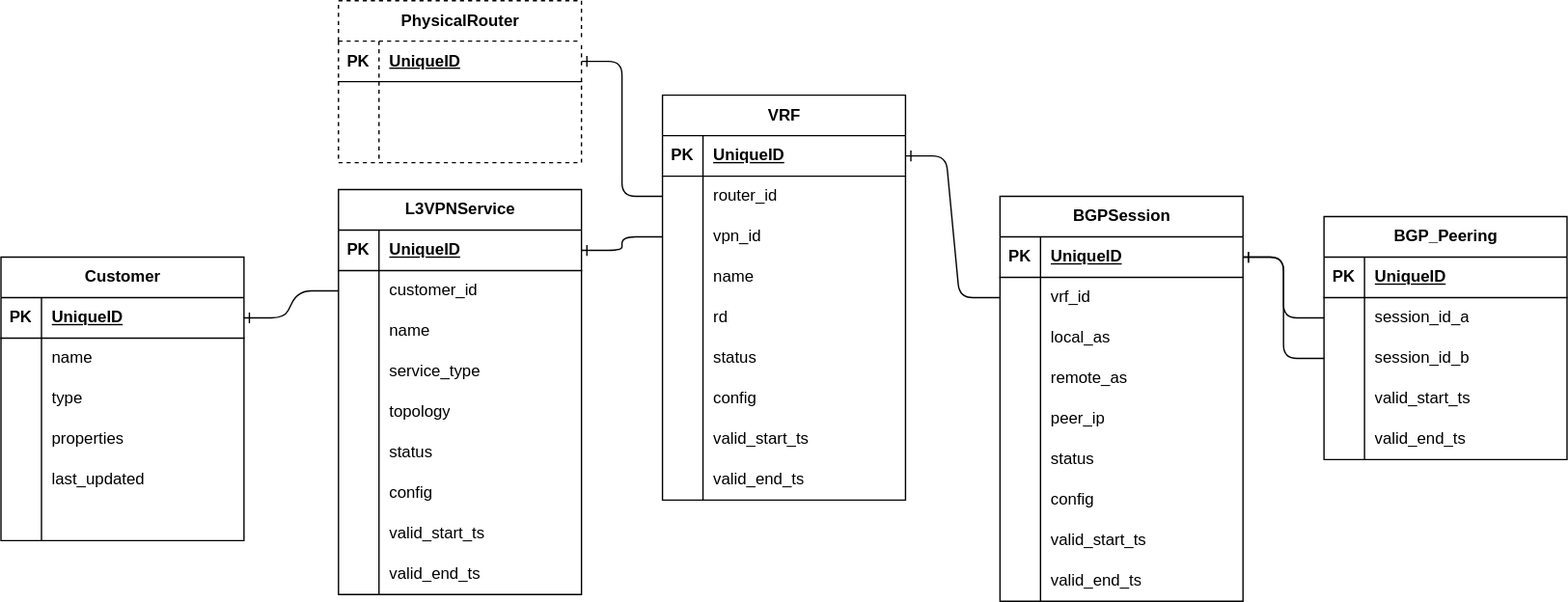
The draw.io diagram docs/drawings/spanner/logical-schema.drawio.svg in matteote/gnnsandbox-twindq-bench, before a commit. Source tidied: cells renumbered, new cells last; positions are measured from the earlier drawing's top-left corner, leaving out a move shared by most shapes.
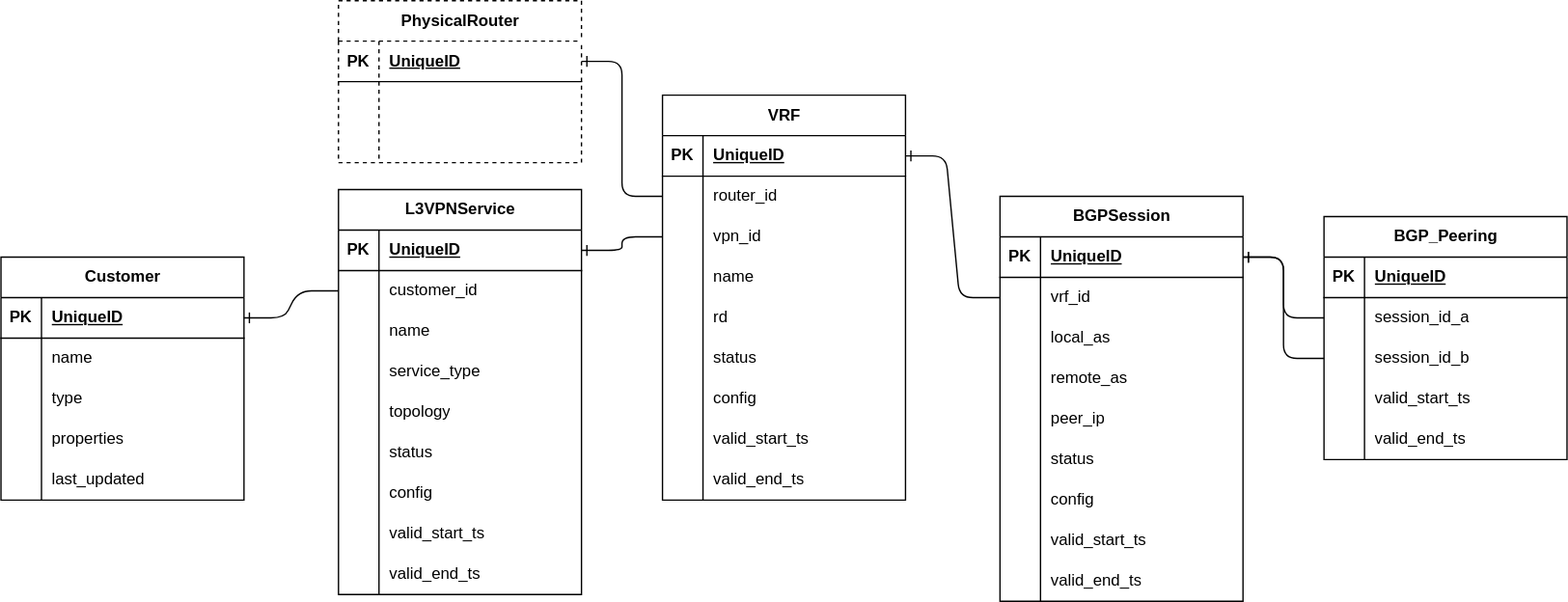
After the commit.

What changed in the source:
```diff
@@ -3,7 +3,7 @@
     <mxCell id="0" />
     <mxCell id="1" parent="0" />
     <mxCell id="2" value="Customer" style="shape=table;startSize=30;rowLines=0;fontStyle=1;align=center;html=1;" parent="1" vertex="1">
-      <mxGeometry y="190" width="180" height="210" as="geometry" />
+      <mxGeometry y="190" width="180" height="180" as="geometry" />
     </mxCell>
     <mxCell id="3" style="shape=tableRow;horizontal=0;startSize=0;swimlaneHead=0;swimlaneBody=0;fillColor=none;points=[[0,0.5],[1,0.5]];portConstraint=eastwest;top=0;left=0;right=0;bottom=1;" parent="2" vertex="1">
       <mxGeometry y="30" width="180" height="30" as="geometry" />
@@ -50,15 +50,6 @@
     <mxCell id="17" value="last_updated" style="shape=partialRectangle;fillColor=none;top=0;left=0;bottom=0;right=0;align=left;spacingLeft=6;overflow=hidden;whiteSpace=wrap;html=1;" parent="15" vertex="1">
       <mxGeometry x="30" width="150" height="30" as="geometry" />
     </mxCell>
-    <mxCell id="18" style="shape=tableRow;horizontal=0;startSize=0;swimlaneHead=0;swimlaneBody=0;fillColor=none;top=0;left=0;right=0;bottom=0;" parent="2" vertex="1">
-      <mxGeometry y="180" width="180" height="30" as="geometry" />
-    </mxCell>
-    <mxCell id="19" style="shape=partialRectangle;fillColor=none;top=0;left=0;bottom=0;right=0;overflow=hidden;whiteSpace=wrap;html=1;" parent="18" vertex="1">
-      <mxGeometry width="30" height="30" as="geometry" />
-    </mxCell>
-    <mxCell id="20" style="shape=partialRectangle;fillColor=none;top=0;left=0;bottom=0;right=0;align=left;spacingLeft=6;overflow=hidden;whiteSpace=wrap;html=1;" parent="18" vertex="1">
-      <mxGeometry x="30" width="150" height="30" as="geometry" />
-    </mxCell>
     <mxCell id="21" value="L3VPNService" style="shape=table;startSize=30;rowLines=0;fontStyle=1;align=center;html=1;" parent="1" vertex="1">
       <mxGeometry x="250" y="140" width="180" height="300" as="geometry" />
     </mxCell>
```
